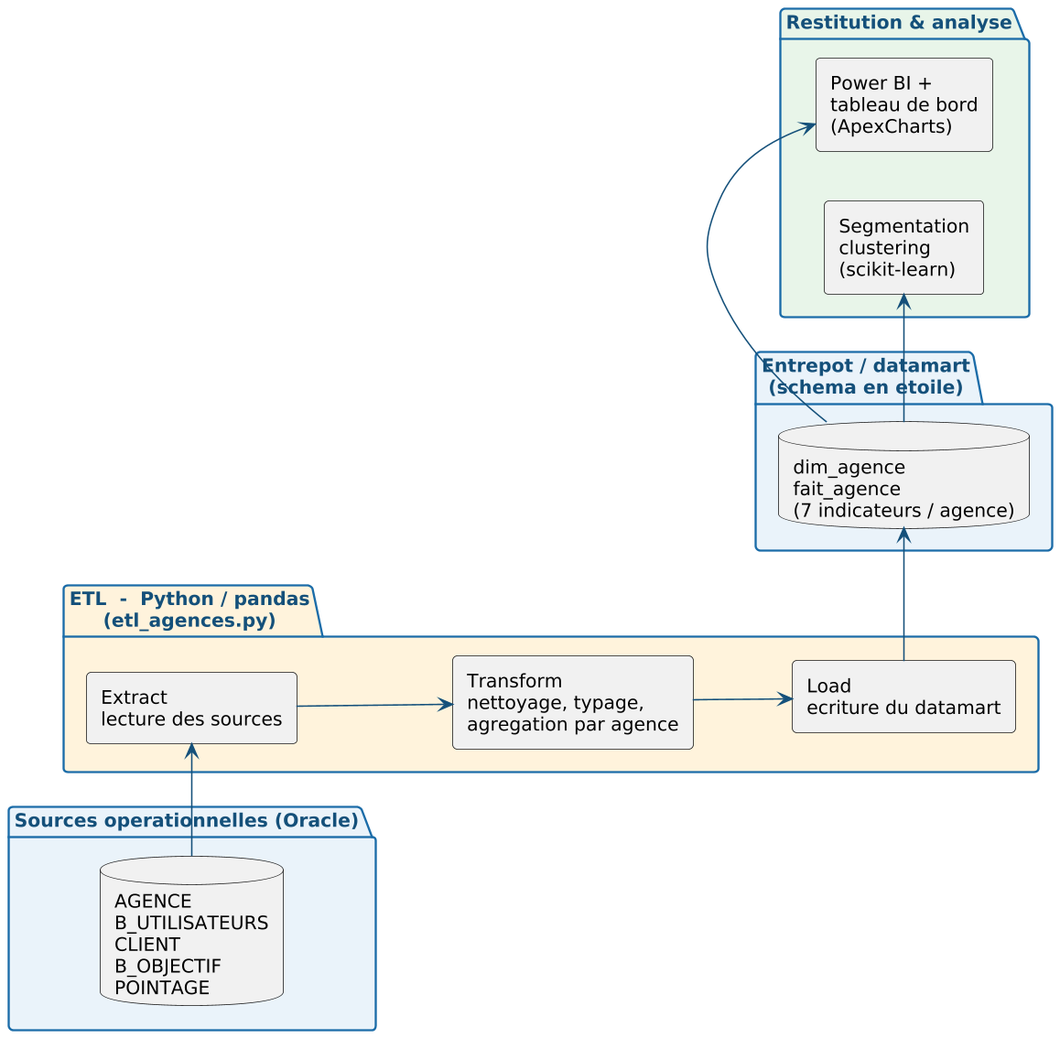
ZizouX0/oussema_korbosli keeps this PlantUML diagram as rapport-latex/diagrams/etl_chaine.png. Above is the earlier version. The source it was exported from:
```plantuml
@startuml
skinparam dpi 150
skinparam shadowing false
skinparam DefaultFontName Arial
skinparam DefaultFontSize 13
skinparam ArrowColor #14507A
skinparam roundCorner 6
skinparam componentStyle rectangle
left to right direction

skinparam package {
  BorderColor #1B6CA8
  FontColor #14507A
  FontStyle bold
}

package "Sources operationnelles (Oracle)" as SRC #EAF3FA {
  database "AGENCE\nB_UTILISATEURS\nCLIENT\nB_OBJECTIF\nPOINTAGE" as DB
}

package "ETL  -  Python / pandas\n(etl_agences.py)" as ETL #FFF3DC {
  component "Extract\nlecture des sources" as E
  component "Transform\nnettoyage, typage,\nagregation par agence" as T
  component "Load\necriture du datamart" as L
  E -down-> T
  T -down-> L
}

package "Entrepot / datamart\n(schema en etoile)" as DWH #EAF3FA {
  database "dim_agence\nfait_agence\n(7 indicateurs / agence)" as DM
}

package "Restitution & analyse" as REST #E8F5E9 {
  component "Power BI +\ntableau de bord\n(ApexCharts)" as PBI
  component "Segmentation\nclustering\n(scikit-learn)" as CLU
}

DB -right-> E
L -right-> DM
DM -right-> PBI
DM -right-> CLU
@enduml
```
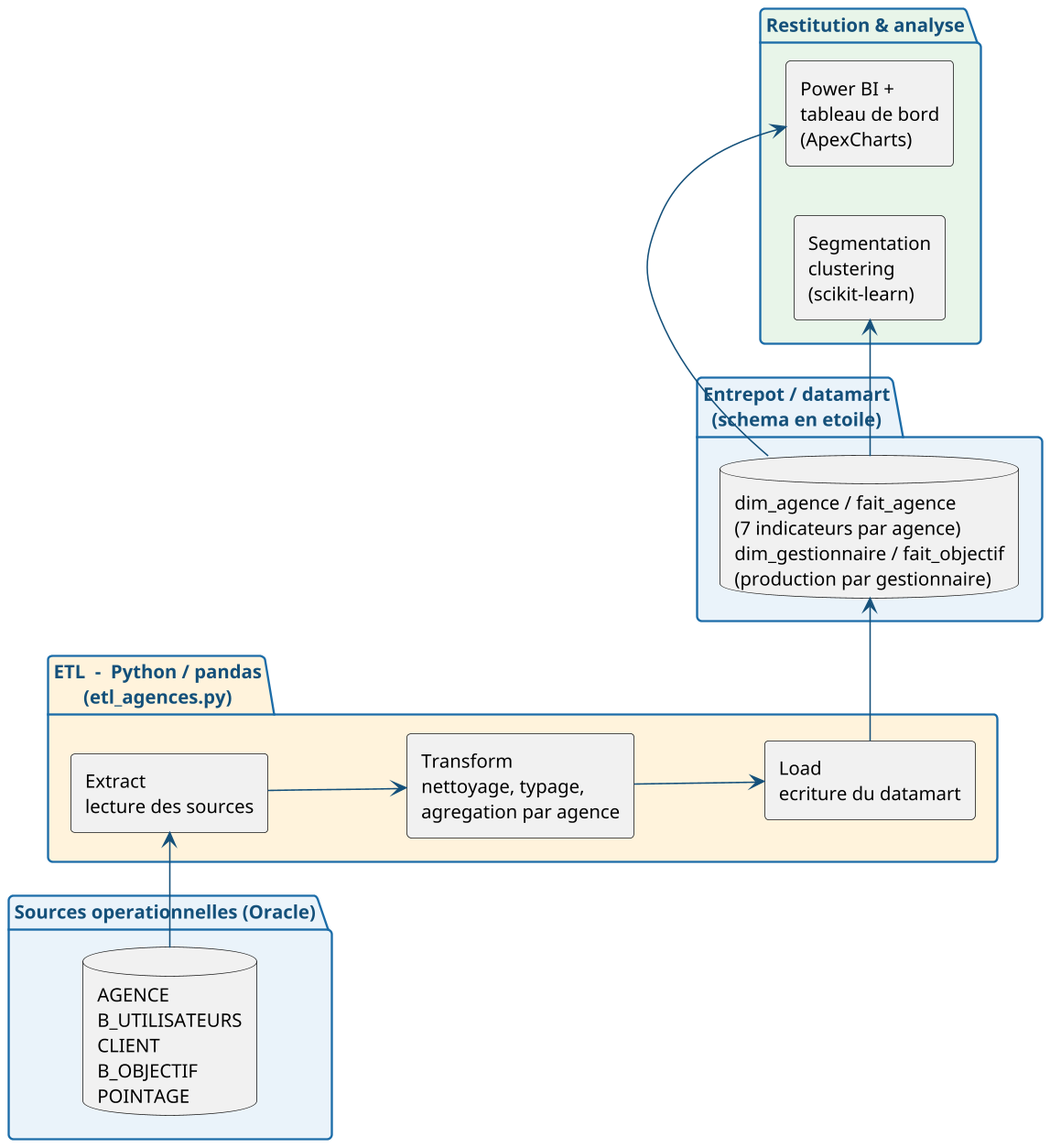
The same diagram one commit later.

Diff of the diagram source:
```diff
@@ -27,7 +27,7 @@
 }
 
 package "Entrepot / datamart\n(schema en etoile)" as DWH #EAF3FA {
-  database "dim_agence\nfait_agence\n(7 indicateurs / agence)" as DM
+  database "dim_agence / fait_agence\n(7 indicateurs par agence)\ndim_gestionnaire / fait_objectif\n(production par gestionnaire)" as DM
 }
 
 package "Restitution & analyse" as REST #E8F5E9 {
```
